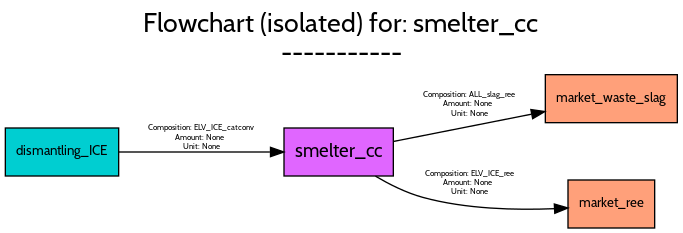
The Graphviz diagram src/examples/ELV/figures/flowcharts/processes/png/smelter_cc.png in FutuRaM-Project/Recovery-Model, before a commit. Its source is kept beside it as src/examples/ELV/figures/flowcharts/processes/dot/smelter_cc.dot.
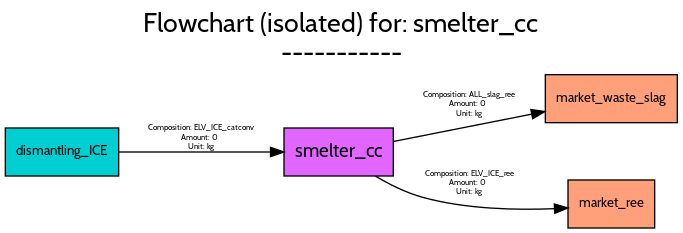
Above is the later version.

Diff of the diagram source:
```diff
@@ -35,8 +35,8 @@
 		fontname=Cabin,
 		fontsize=6,
 		label="Composition: ALL_slag_ree
-Amount: None
-Unit: None",
+Amount: 0
+Unit: kg",
 		lp="348,92.5",
 		pos="e,404.64,87.348 291.01,64.903 320.57,70.742 361.29,78.785 394.57,85.359"];
 	market_ree	[fillcolor=lightsalmon1,
@@ -51,8 +51,8 @@
 		fontname=Cabin,
 		fontsize=6,
 		label="Composition: ELV_ICE_ree
-Amount: None
-Unit: None",
+Amount: 0
+Unit: kg",
 		lp="348,33.5",
 		pos="e,421.9,15.015 277.6,38.858 288.15,32.635 300.69,26.388 313,23 345.24,14.126 383.21,13.318 411.54,14.484"];
 	dismantling_ICE	[fillcolor=darkturquoise,
@@ -67,8 +67,8 @@
 		fontname=Cabin,
 		fontsize=6,
 		label="Composition: ELV_ICE_catconv
-Amount: None
-Unit: None",
+Amount: 0
+Unit: kg",
 		lp="147,67.5",
 		pos="e,208.87,57 85.086,57 117.82,57 163.58,57 198.43,57"];
 }
```
